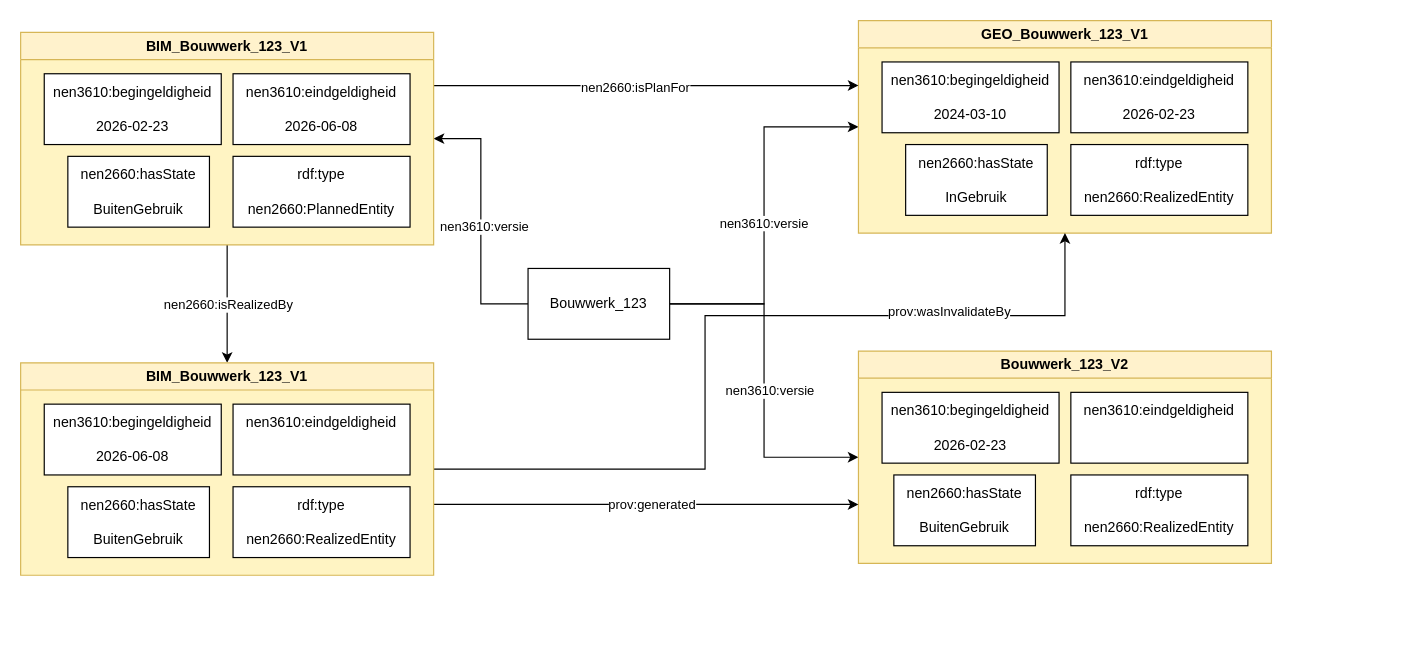
Above: page 2 of 2 of media/levenscyclus/Bouwwerk_met_verschillende_versies.drawio in Geonovum/GeoBIM_BIM_naar_Geo (draw.io), before the change. Source tidied: cells renumbered, new cells numbered last; positions are measured from the earlier drawing's top-left corner, leaving out a move shared by most shapes. Both pictures are drawn from the tidied source at 118%, with x=0, y=0 at pixel (20, 20).
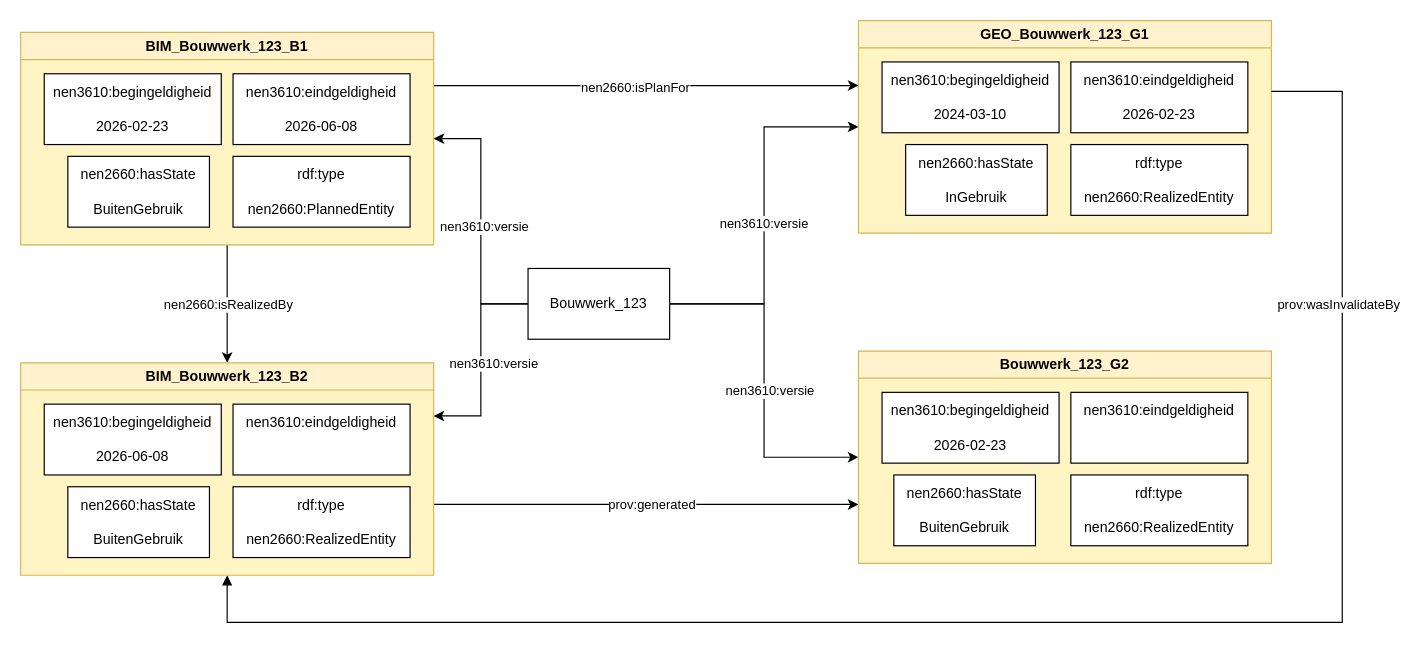
Above is the later version.

The change refers to these unchanged cells:
```xml
<mxCell id="8" value="Bouwwerk_123" style="rounded=0;whiteSpace=wrap;html=1;" parent="1" vertex="1">
  <mxGeometry x="430" y="210" width="120" height="60" as="geometry" />
</mxCell>
```

Diff of the diagram source:
```diff
@@
-    <mxCell id="9" value="GEO_Bouwwerk_123_V1" style="swimlane;whiteSpace=wrap;html=1;fillColor=#fff2cc;strokeColor=#d6b656;fillStyle=solid;swimlaneFillColor=#FFF4C3;" parent="1" vertex="1">
+    <mxCell id="9" value="GEO_Bouwwerk_123_G1" style="swimlane;whiteSpace=wrap;html=1;fillColor=#fff2cc;strokeColor=#d6b656;fillStyle=solid;swimlaneFillColor=#FFF4C3;" parent="1" vertex="1">
       <mxGeometry x="710" width="350" height="180" as="geometry" />
     </mxCell>
@@
-    <mxCell id="14" value="Bouwwerk_123_V2" style="swimlane;whiteSpace=wrap;html=1;fillColor=#fff2cc;strokeColor=#d6b656;fillStyle=solid;swimlaneFillColor=#FFF4C3;" parent="1" vertex="1">
+    <mxCell id="14" value="Bouwwerk_123_G2" style="swimlane;whiteSpace=wrap;html=1;fillColor=#fff2cc;strokeColor=#d6b656;fillStyle=solid;swimlaneFillColor=#FFF4C3;" parent="1" vertex="1">
       <mxGeometry x="710" y="280" width="350" height="180" as="geometry" />
     </mxCell>
@@
-    <mxCell id="23" value="BIM_Bouwwerk_123_V1" style="swimlane;whiteSpace=wrap;html=1;fillColor=#fff2cc;strokeColor=#d6b656;fillStyle=solid;swimlaneFillColor=#FFF4C3;" parent="1" vertex="1">
+    <mxCell id="23" value="BIM_Bouwwerk_123_B1" style="swimlane;whiteSpace=wrap;html=1;fillColor=#fff2cc;strokeColor=#d6b656;fillStyle=solid;swimlaneFillColor=#FFF4C3;" parent="1" vertex="1">
       <mxGeometry y="10" width="350" height="180" as="geometry" />
     </mxCell>
@@
-    <mxCell id="30" style="edgeStyle=orthogonalEdgeStyle;rounded=0;jettySize=auto;html=1;entryX=0.5;entryY=1;entryDx=0;entryDy=0;exitX=1;exitY=0.5;exitDx=0;exitDy=0;" parent="1" edge="1" source="32" target="9">
-      <mxGeometry relative="1" as="geometry">
+    <mxCell id="30" style="edgeStyle=orthogonalEdgeStyle;rounded=0;jettySize=auto;html=1;startArrow=block;startFill=1;endArrow=none;endFill=0;exitX=0.5;exitY=1;exitDx=0;exitDy=0;" parent="1" edge="1" source="32">
+      <mxGeometry x="-0.1" relative="1" as="geometry">
+        <mxPoint x="1060" y="60" as="targetPoint" />
         <Array as="points">
-          <mxPoint x="580" y="380" />
-          <mxPoint x="580" y="250" />
-          <mxPoint x="885" y="250" />
+          <mxPoint x="175" y="510" />
+          <mxPoint x="1120" y="510" />
+          <mxPoint x="1120" y="60" />
         </Array>
       </mxGeometry>
     </mxCell>
     <mxCell id="31" value="prov:wasInvalidateBy" style="edgeLabel;html=1;align=center;verticalAlign=middle;" parent="30" vertex="1">
-      <mxGeometry x="0.54" y="4" relative="1" as="geometry" />
+      <mxGeometry x="0.44" y="4" relative="1" as="geometry">
+        <mxPoint y="-179" as="offset" />
+      </mxGeometry>
     </mxCell>
-    <mxCell id="32" value="BIM_Bouwwerk_123_V1" style="swimlane;whiteSpace=wrap;html=1;fillColor=#fff2cc;strokeColor=#d6b656;fillStyle=solid;swimlaneFillColor=#FFF4C3;" parent="1" vertex="1">
+    <mxCell id="32" value="BIM_Bouwwerk_123_B2" style="swimlane;whiteSpace=wrap;html=1;fillColor=#fff2cc;strokeColor=#d6b656;fillStyle=solid;swimlaneFillColor=#FFF4C3;" parent="1" vertex="1">
       <mxGeometry y="290" width="350" height="180" as="geometry" />
     </mxCell>
@@
+    <mxCell id="37" style="edgeStyle=orthogonalEdgeStyle;rounded=0;jettySize=auto;html=1;entryX=1;entryY=0.25;entryDx=0;entryDy=0;exitX=0;exitY=0.5;exitDx=0;exitDy=0;" parent="1" edge="1" source="8" target="32">
+      <mxGeometry x="0.09" relative="1" as="geometry" />
+    </mxCell>
+    <mxCell id="38" value="nen3610:versie" style="edgeLabel;html=1;align=center;verticalAlign=middle;" parent="37" vertex="1">
+      <mxGeometry x="0.05" y="-2" relative="1" as="geometry">
+        <mxPoint x="12" y="-2" as="offset" />
+      </mxGeometry>
+    </mxCell>
```
